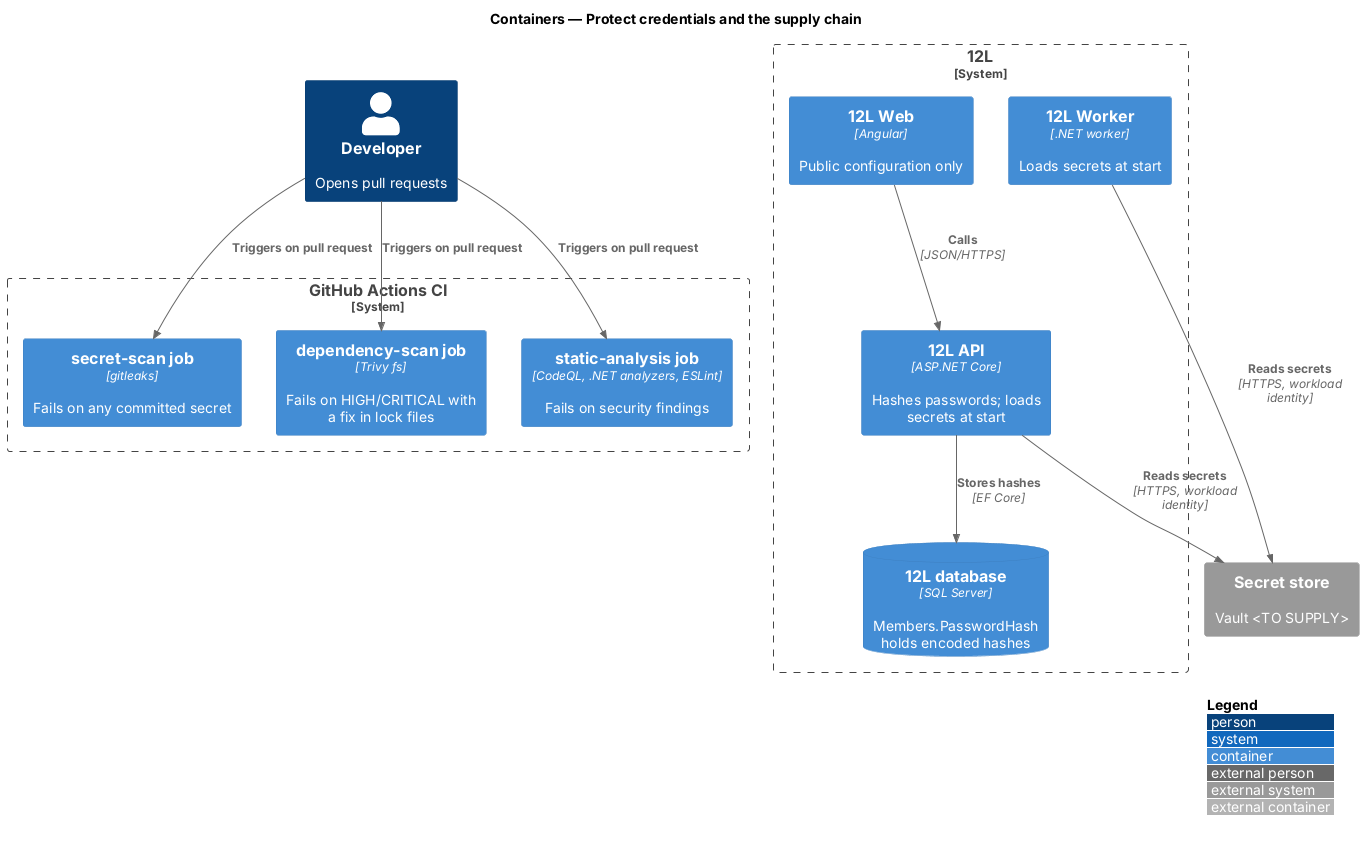
QuinntyneBrown/sycapooke keeps this PlantUML diagram as docs/detailed-designs/platform/protect-credentials-and-supply-chain/diagrams/c4-container.png. Above is the earlier version. Source of this version:
```plantuml
@startuml
!include <C4/C4_Container>
LAYOUT_WITH_LEGEND()
title Containers — Protect credentials and the supply chain

Person(dev, "Developer", "Opens pull requests")
System_Ext(vault, "Secret store", "Vault <TO SUPPLY>")
System_Boundary(ci, "GitHub Actions CI") {
  Container(secretscan, "secret-scan job", "gitleaks", "Fails on any committed secret")
  Container(depscan, "dependency-scan job", "Trivy fs", "Fails on HIGH/CRITICAL with a fix in lock files")
  Container(sast, "static-analysis job", "CodeQL, .NET analyzers, ESLint", "Fails on security findings")
}
System_Boundary(twelvel, "12L") {
  Container(web, "12L Web", "Angular", "Public configuration only")
  Container(api, "12L API", "ASP.NET Core", "Hashes passwords; loads secrets at start")
  Container(worker, "12L Worker", ".NET worker", "Loads secrets at start")
  ContainerDb(db, "12L database", "SQL Server", "Members.PasswordHash holds encoded hashes")
}
Rel(dev, secretscan, "Triggers on pull request")
Rel(dev, depscan, "Triggers on pull request")
Rel(dev, sast, "Triggers on pull request")
Rel(web, api, "Calls", "JSON/HTTPS")
Rel(api, vault, "Reads secrets", "HTTPS, workload identity")
Rel(worker, vault, "Reads secrets", "HTTPS, workload identity")
Rel(api, db, "Stores hashes", "EF Core")
@enduml
```
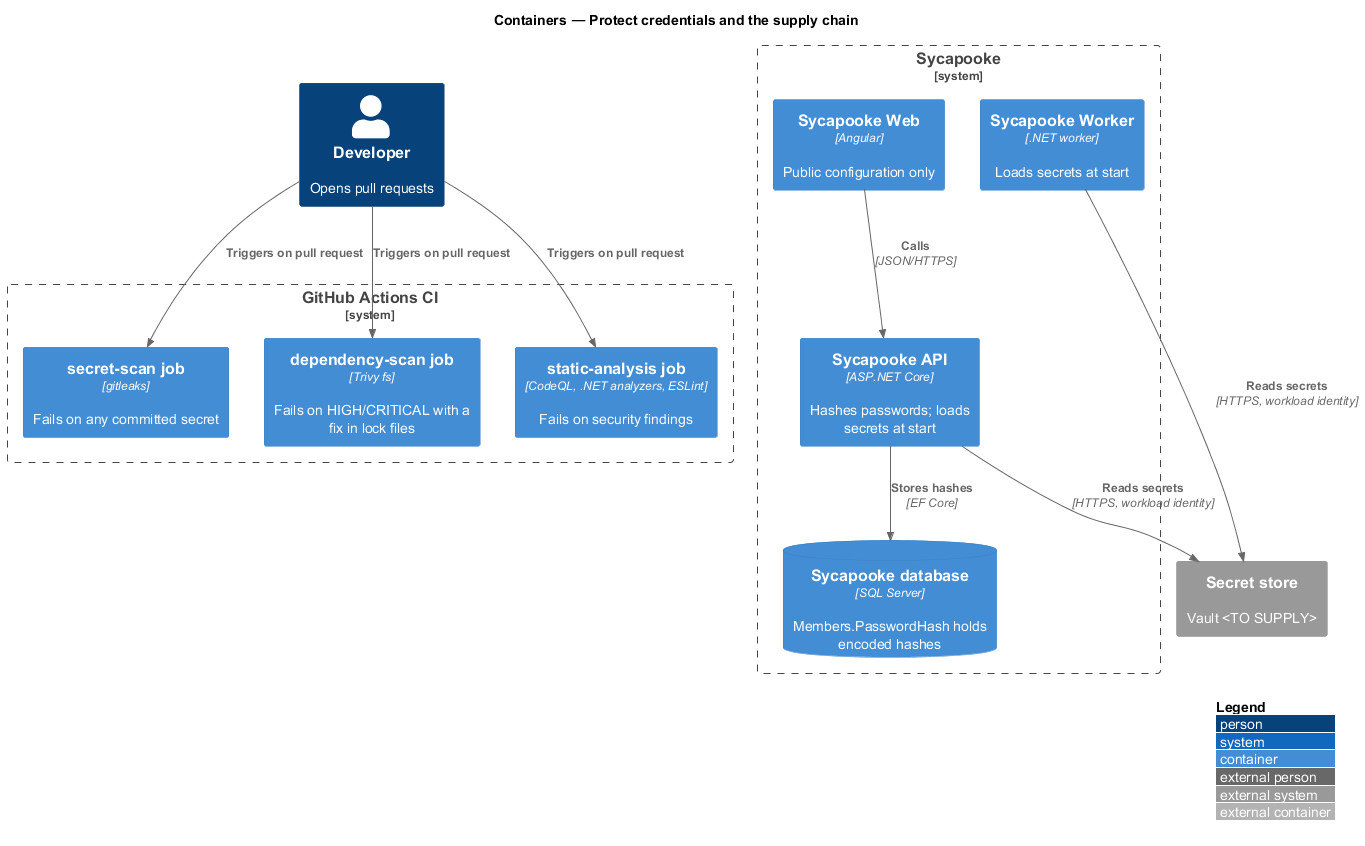
Later version of the same file.

What changed in the source:
```diff
@@ -10,11 +10,11 @@
   Container(depscan, "dependency-scan job", "Trivy fs", "Fails on HIGH/CRITICAL with a fix in lock files")
   Container(sast, "static-analysis job", "CodeQL, .NET analyzers, ESLint", "Fails on security findings")
 }
-System_Boundary(twelvel, "12L") {
-  Container(web, "12L Web", "Angular", "Public configuration only")
-  Container(api, "12L API", "ASP.NET Core", "Hashes passwords; loads secrets at start")
-  Container(worker, "12L Worker", ".NET worker", "Loads secrets at start")
-  ContainerDb(db, "12L database", "SQL Server", "Members.PasswordHash holds encoded hashes")
+System_Boundary(sycapooke, "Sycapooke") {
+  Container(web, "Sycapooke Web", "Angular", "Public configuration only")
+  Container(api, "Sycapooke API", "ASP.NET Core", "Hashes passwords; loads secrets at start")
+  Container(worker, "Sycapooke Worker", ".NET worker", "Loads secrets at start")
+  ContainerDb(db, "Sycapooke database", "SQL Server", "Members.PasswordHash holds encoded hashes")
 }
 Rel(dev, secretscan, "Triggers on pull request")
 Rel(dev, depscan, "Triggers on pull request")
```
